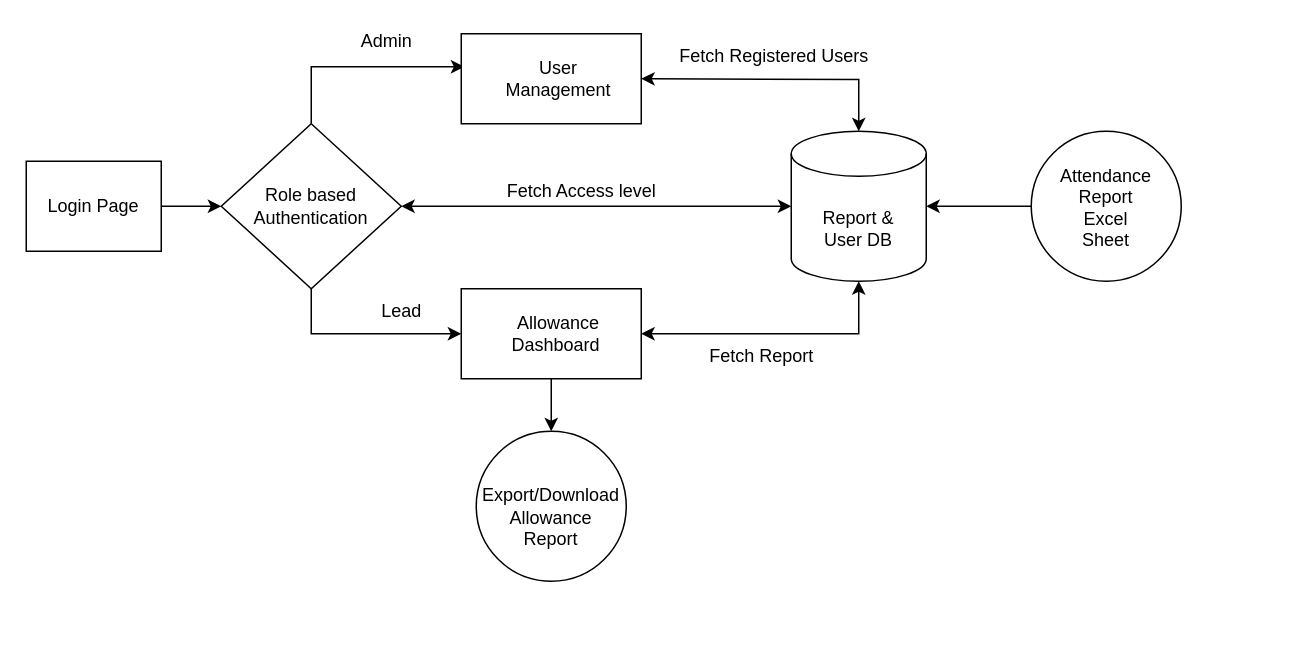
Shubham7997/Java_TimeSheet keeps this draw.io diagram as Untitled Diagram.drawio. Above is the earlier version. Source tidied: cells renumbered, new cells numbered last; positions are measured from the earlier drawing's top-left corner, leaving out a move shared by most shapes. Both pictures are drawn from the tidied source at 150%, with x=0, y=0 at pixel (26, 26).
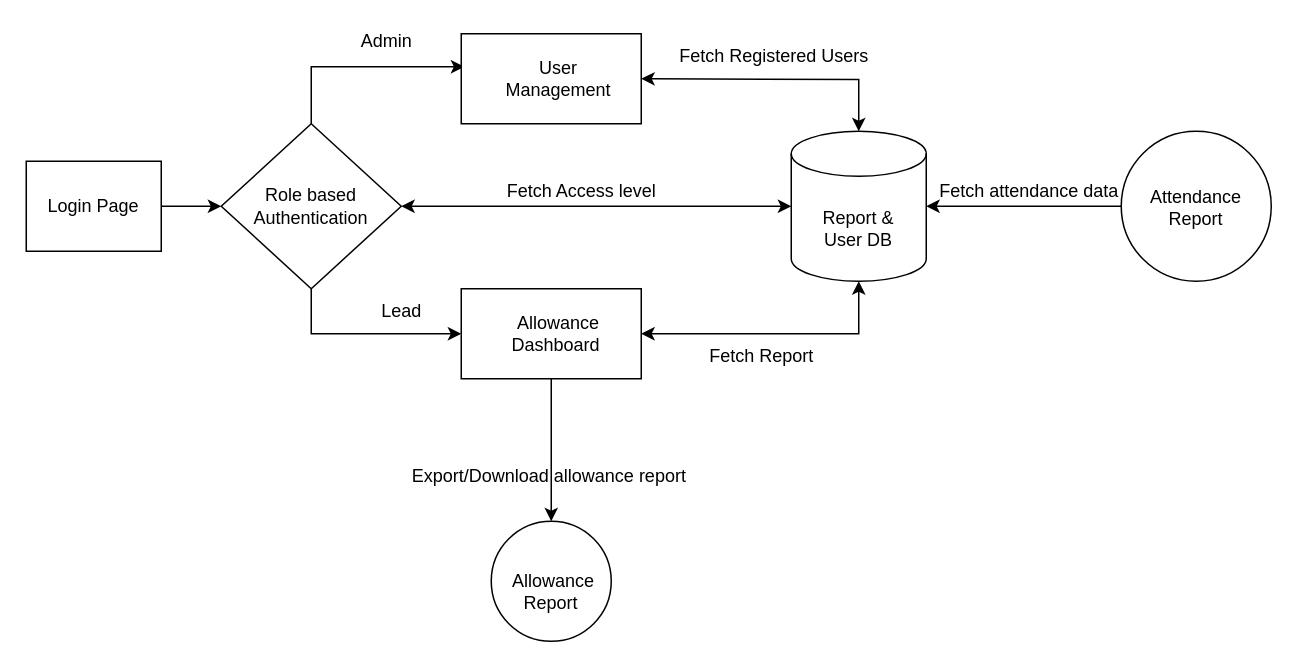
The same page after the edit.

Change to the diagram source:
```diff
@@
     <mxCell id="20" style="ellipse;whiteSpace=wrap;html=1;" parent="1" vertex="1">
-      <mxGeometry x="670" y="70" width="100" height="100" as="geometry" />
+      <mxGeometry x="730" y="70" width="100" height="100" as="geometry" />
     </mxCell>
-    <mxCell id="21" value="Attendance Report Excel Sheet" style="text;html=1;strokeColor=none;fillColor=none;align=center;verticalAlign=middle;whiteSpace=wrap;rounded=0;" parent="1" vertex="1">
-      <mxGeometry x="690" y="90" width="60" height="62.5" as="geometry" />
+    <mxCell id="21" value="Attendance Report" style="text;html=1;strokeColor=none;fillColor=none;align=center;verticalAlign=middle;whiteSpace=wrap;rounded=0;" parent="1" vertex="1">
+      <mxGeometry x="750" y="90" width="60" height="62.5" as="geometry" />
     </mxCell>
     <mxCell id="22" style="ellipse;whiteSpace=wrap;html=1;" parent="1" vertex="1">
-      <mxGeometry x="300" y="270" width="100" height="100" as="geometry" />
+      <mxGeometry x="310" y="330" width="80" height="80" as="geometry" />
     </mxCell>
-    <mxCell id="23" value="&lt;br&gt;Export/Download Allowance Report" style="text;html=1;strokeColor=none;fillColor=none;align=center;verticalAlign=middle;whiteSpace=wrap;rounded=0;" parent="1" vertex="1">
-      <mxGeometry x="320" y="290" width="60" height="60" as="geometry" />
+    <mxCell id="23" value="&lt;br&gt;&amp;nbsp;Allowance Report" style="text;html=1;strokeColor=none;fillColor=none;align=center;verticalAlign=middle;whiteSpace=wrap;rounded=0;" parent="1" vertex="1">
+      <mxGeometry x="320" y="350" width="60" height="40" as="geometry" />
     </mxCell>
@@
+    <mxCell id="29" value="Fetch attendance data&amp;nbsp;" style="text;html=1;align=center;verticalAlign=middle;strokeColor=none;fillColor=none;" parent="1" vertex="1">
+      <mxGeometry x="600" y="100" width="140" height="20" as="geometry" />
+    </mxCell>
+    <mxCell id="30" value="&lt;span style=&quot;white-space: pre&quot;&gt; &lt;/span&gt;&lt;span style=&quot;white-space: pre&quot;&gt; &lt;/span&gt;&lt;span style=&quot;white-space: pre&quot;&gt; &lt;/span&gt;&lt;span style=&quot;white-space: pre&quot;&gt; &lt;/span&gt;&lt;span style=&quot;white-space: pre&quot;&gt; &lt;span style=&quot;white-space: pre&quot;&gt; &lt;/span&gt;&lt;span style=&quot;white-space: pre&quot;&gt; &lt;/span&gt;&lt;span style=&quot;white-space: pre&quot;&gt; &lt;/span&gt;&lt;/span&gt;Export/Download allowance report" style="text;html=1;align=center;verticalAlign=middle;strokeColor=none;fillColor=none;" parent="1" vertex="1">
+      <mxGeometry x="130" y="290" width="410" height="20" as="geometry" />
+    </mxCell>
```
